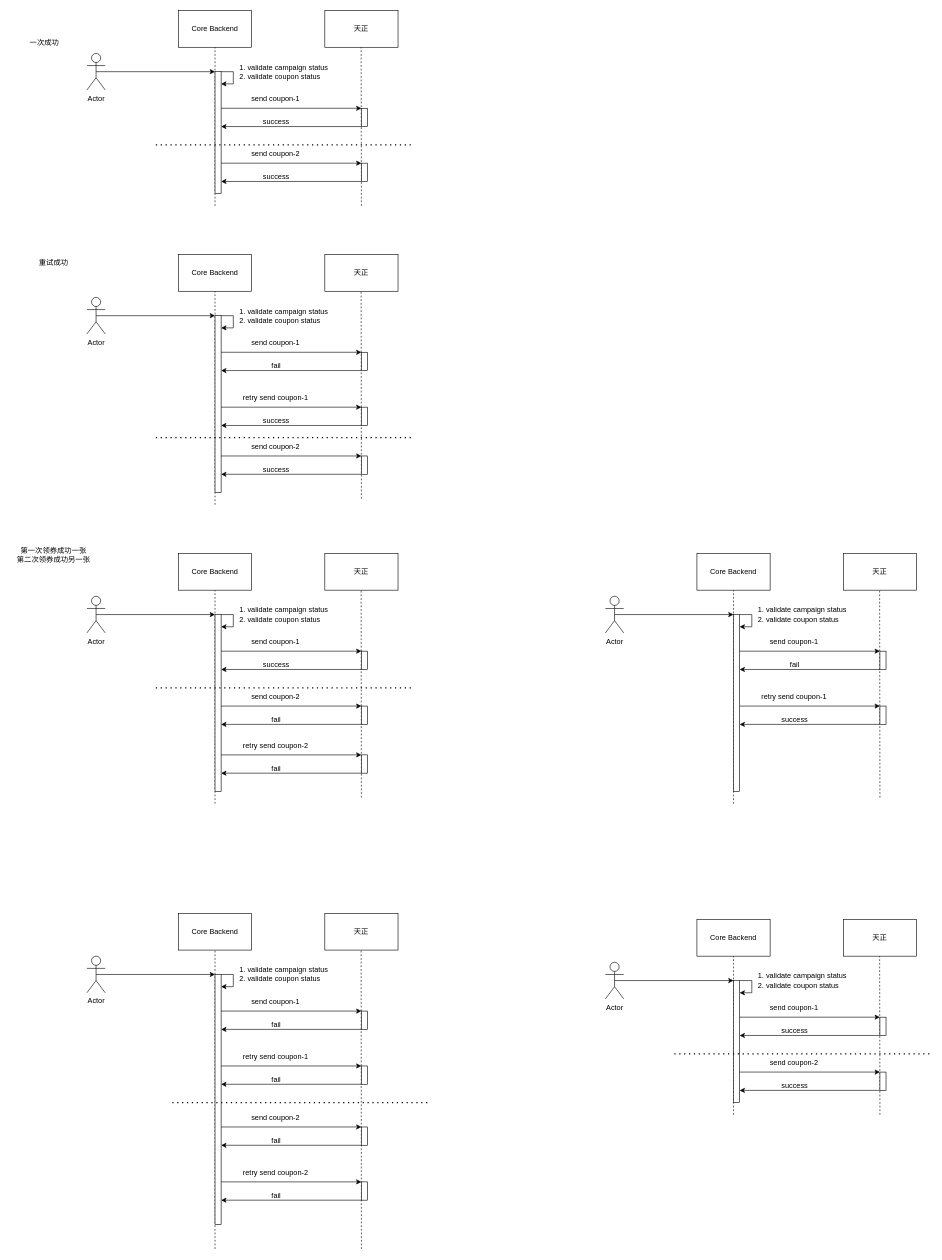
Above: VF/领券活动.drawio in yeahsyoung/diagram (draw.io), before the change. Source tidied: cells renumbered, new cells numbered last; positions are measured from the earlier drawing's top-left corner, leaving out a move shared by most shapes. Both pictures are drawn from the tidied source at 61%, with x=0, y=0 at pixel (10, 10).
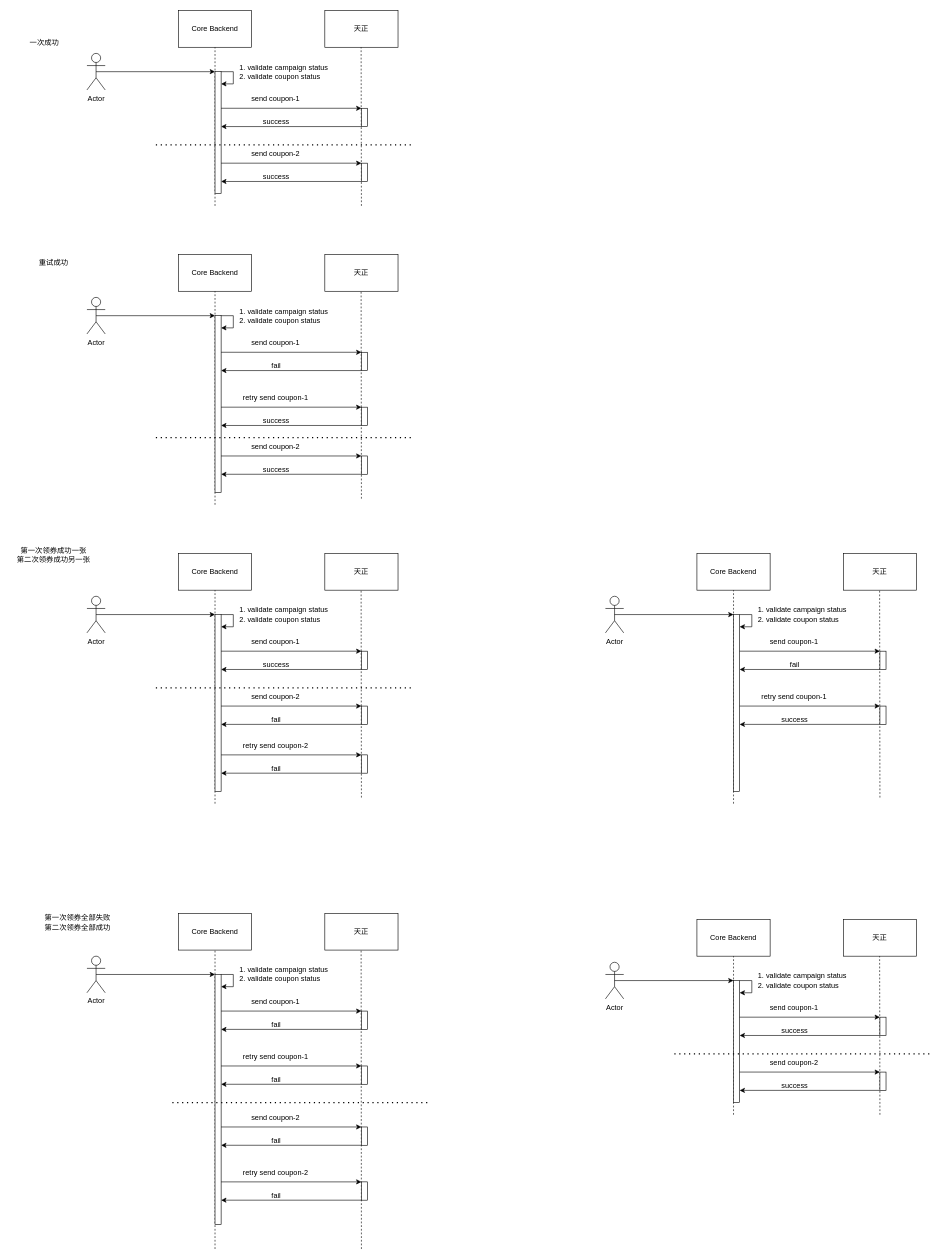
The same page after the edit.

Commit message:
更新领券活动.drawio

Change to the diagram source:
```diff
@@
+    <mxCell id="144" value="第一次领券全部失败&lt;br&gt;第二次领券全部成功" style="text;html=1;strokeColor=none;fillColor=none;align=center;verticalAlign=middle;whiteSpace=wrap;rounded=0;" parent="1" vertex="1">
+      <mxGeometry x="25" y="1480" width="170" height="30" as="geometry" />
+    </mxCell>
```
